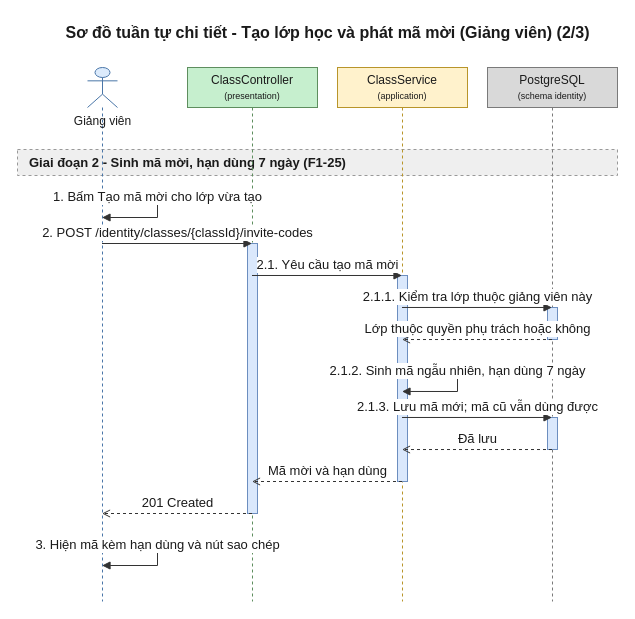
daiphu1801/PRJ_ALGOPREP keeps this draw.io diagram as 08-diagram/sequence/gv/sequence_gv_tao_lop_va_ma_moi_p2.drawio. Above is the earlier version. Source tidied: cells renumbered, new cells numbered last; positions are measured from the earlier drawing's top-left corner, leaving out a move shared by most shapes. Both pictures are drawn from the tidied source at 100%, with x=0, y=0 at pixel (17, 17).
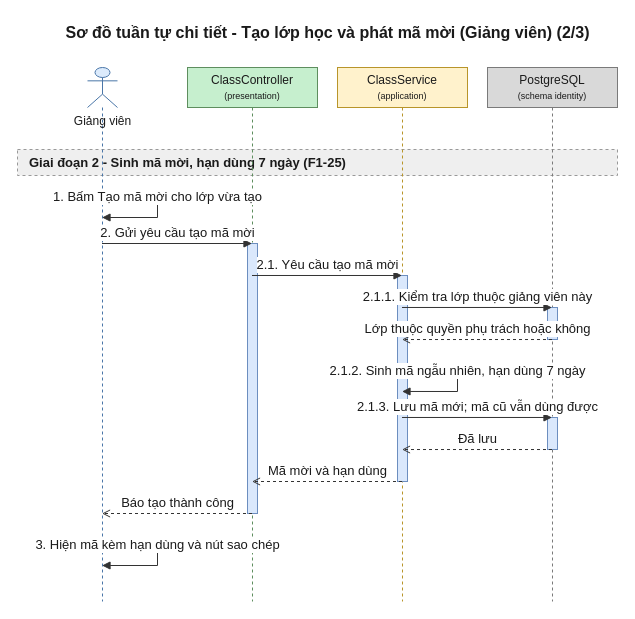
Above is the later version.

Unchanged cells that the change refers to:
```xml
<mxCell id="4" value="Giảng viên" style="shape=umlLifeline;participant=umlActor;perimeter=lifelinePerimeter;html=1;outlineConnect=0;size=40;verticalAlign=top;spacingTop=40;fillColor=#DCEBFC;strokeColor=#4A76A8;fontColor=#1A1A1A;" parent="1" vertex="1">
  <mxGeometry x="70" y="50" width="30" height="534" as="geometry" />
</mxCell>
<mxCell id="5" value="ClassController&lt;br&gt;&lt;font style=&quot;font-size:9px&quot;&gt;(presentation)&lt;/font&gt;" style="shape=umlLifeline;perimeter=lifelinePerimeter;whiteSpace=wrap;html=1;outlineConnect=0;size=40;fillColor=#C6EFCE;strokeColor=#5E8E5E;fontColor=#1A1A1A;" parent="1" vertex="1">
  <mxGeometry x="170" y="50" width="130" height="534" as="geometry" />
</mxCell>
```

What changed in the source:
```diff
@@
-    <mxCell id="13" value="2. POST /identity/classes/{classId}/invite-codes" style="edgeStyle=none;html=1;endArrow=block;endFill=1;strokeColor=#333333;fontColor=#1A1A1A;fontSize=13;verticalAlign=bottom;exitX=0.5;exitY=0.3296;exitDx=0;exitDy=0;entryX=0.5;entryY=0.3296;entryDx=0;entryDy=0;" parent="1" edge="1" source="4" target="5">
+    <mxCell id="13" value="2. Gửi yêu cầu tạo mã mời" style="edgeStyle=none;html=1;endArrow=block;endFill=1;strokeColor=#333333;fontColor=#1A1A1A;fontSize=13;verticalAlign=bottom;exitX=0.5;exitY=0.3296;exitDx=0;exitDy=0;entryX=0.5;entryY=0.3296;entryDx=0;entryDy=0;" parent="1" edge="1" source="4" target="5">
       <mxGeometry relative="1" as="geometry" />
     </mxCell>
@@
-    <mxCell id="21" value="201 Created" style="edgeStyle=none;html=1;endArrow=open;endFill=0;dashed=1;strokeColor=#333333;fontColor=#1A1A1A;fontSize=13;verticalAlign=bottom;exitX=0.5;exitY=0.8352;exitDx=0;exitDy=0;entryX=0.5;entryY=0.8352;entryDx=0;entryDy=0;" parent="1" edge="1" source="5" target="4">
+    <mxCell id="21" value="Báo tạo thành công" style="edgeStyle=none;html=1;endArrow=open;endFill=0;dashed=1;strokeColor=#333333;fontColor=#1A1A1A;fontSize=13;verticalAlign=bottom;exitX=0.5;exitY=0.8352;exitDx=0;exitDy=0;entryX=0.5;entryY=0.8352;entryDx=0;entryDy=0;" parent="1" edge="1" source="5" target="4">
       <mxGeometry relative="1" as="geometry" />
     </mxCell>
```
